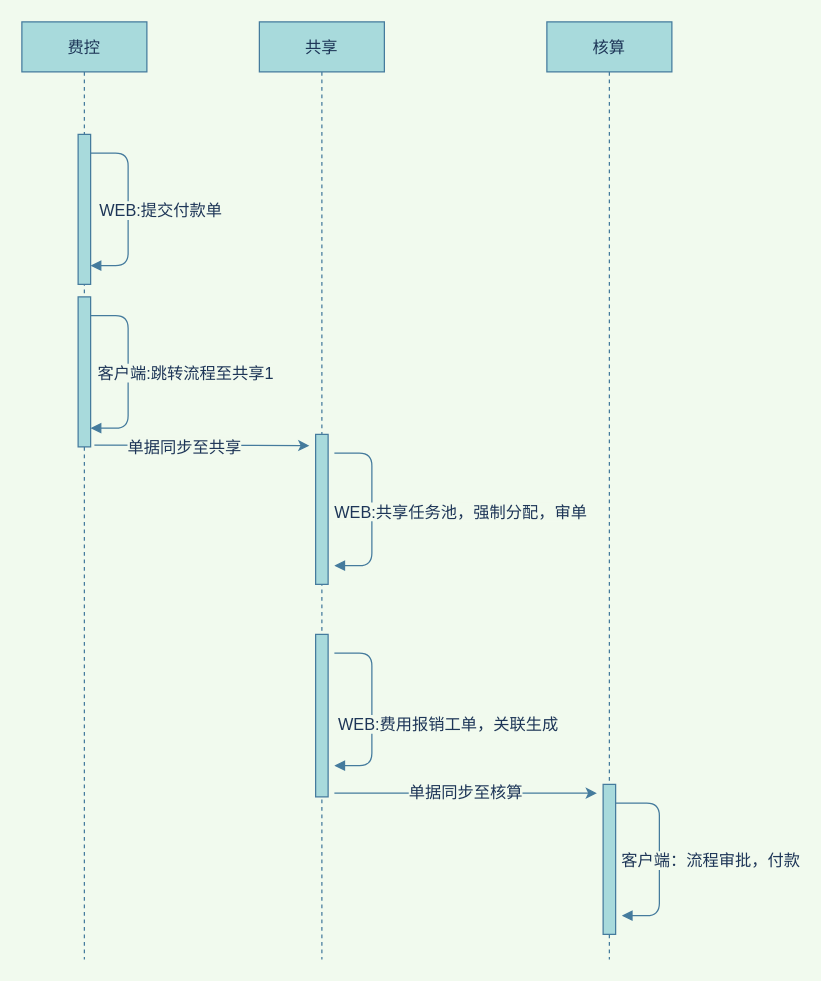
Alphathur/diagram keeps this draw.io diagram as rpa-auto-test1.drawio. Above is the earlier version. Source tidied: cells renumbered, new cells numbered last; positions are measured from the earlier drawing's top-left corner, leaving out a move shared by most shapes. Both pictures are drawn from the tidied source at 125%, with x=0, y=0 at pixel (21, 21).
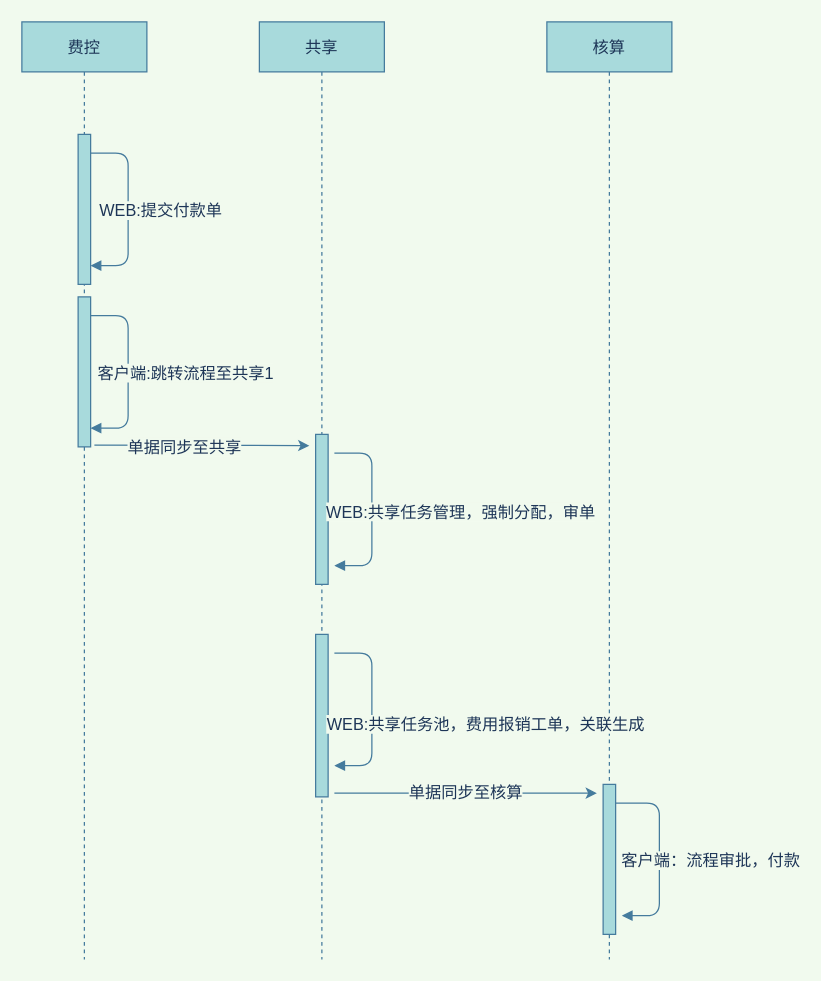
After the change.

The change refers to these unchanged cells:
```xml
<mxCell id="19" style="html=1;verticalAlign=bottom;labelBackgroundColor=none;endArrow=block;endFill=1;fontSize=13;strokeColor=#457B9D;fontColor=#1D3557;" parent="1" edge="1">
  <mxGeometry relative="1" as="geometry">
    <mxPoint x="250" y="505" as="sourcePoint" />
    <mxPoint x="250" y="595" as="targetPoint" />
    <Array as="points">
      <mxPoint x="280" y="505" />
      <mxPoint x="280" y="555" />
      <mxPoint x="280" y="595" />
    </Array>
  </mxGeometry>
</mxCell>
```

Diff of the diagram source:
```diff
@@
-    <mxCell id="20" value="WEB:共享任务池，强制分配，审单" style="edgeLabel;html=1;align=center;verticalAlign=middle;fontSize=13;fontColor=#1D3557;labelBackgroundColor=#F1FAEE;" parent="19" vertex="1">
+    <mxCell id="20" value="WEB:共享任务管理，强制分配，审单" style="edgeLabel;html=1;align=center;verticalAlign=middle;fontSize=13;fontColor=#1D3557;labelBackgroundColor=#F1FAEE;" parent="19" vertex="1">
       <mxGeometry x="-0.06" y="-1" relative="1" as="geometry">
         <mxPoint x="71" y="-155" as="offset" />
       </mxGeometry>
     </mxCell>
-    <mxCell id="21" value="WEB:费用报销工单，关联生成" style="edgeLabel;html=1;align=center;verticalAlign=middle;fontSize=13;fontColor=#1D3557;labelBackgroundColor=#F1FAEE;" parent="19" vertex="1">
+    <mxCell id="21" value="WEB:共享任务池，费用报销工单，关联生成" style="edgeLabel;html=1;align=center;verticalAlign=middle;fontSize=13;fontColor=#1D3557;labelBackgroundColor=#F1FAEE;" parent="19" vertex="1">
       <mxGeometry x="-0.06" y="-4" relative="1" as="geometry">
-        <mxPoint x="64" y="15" as="offset" />
+        <mxPoint x="94" y="15" as="offset" />
       </mxGeometry>
     </mxCell>
```
